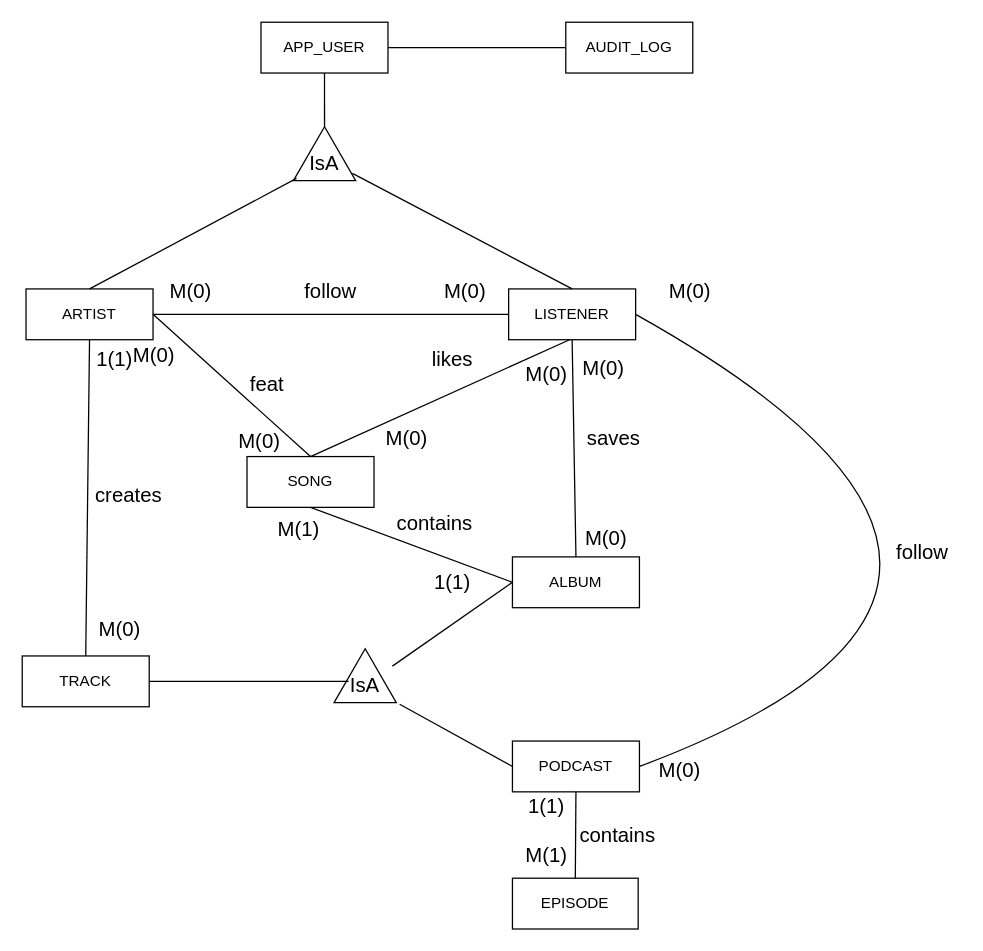
The draw.io diagram page "E/R Diagram" (1 of 2) of Music-App.drawio in Matoka26/Music-App, before the edit. Source tidied: cells renumbered, new cells numbered last; positions are measured from the earlier drawing's top-left corner, leaving out a move shared by most shapes. Both pictures are drawn from the tidied source at 127%, with x=0, y=0 at pixel (22, 22).
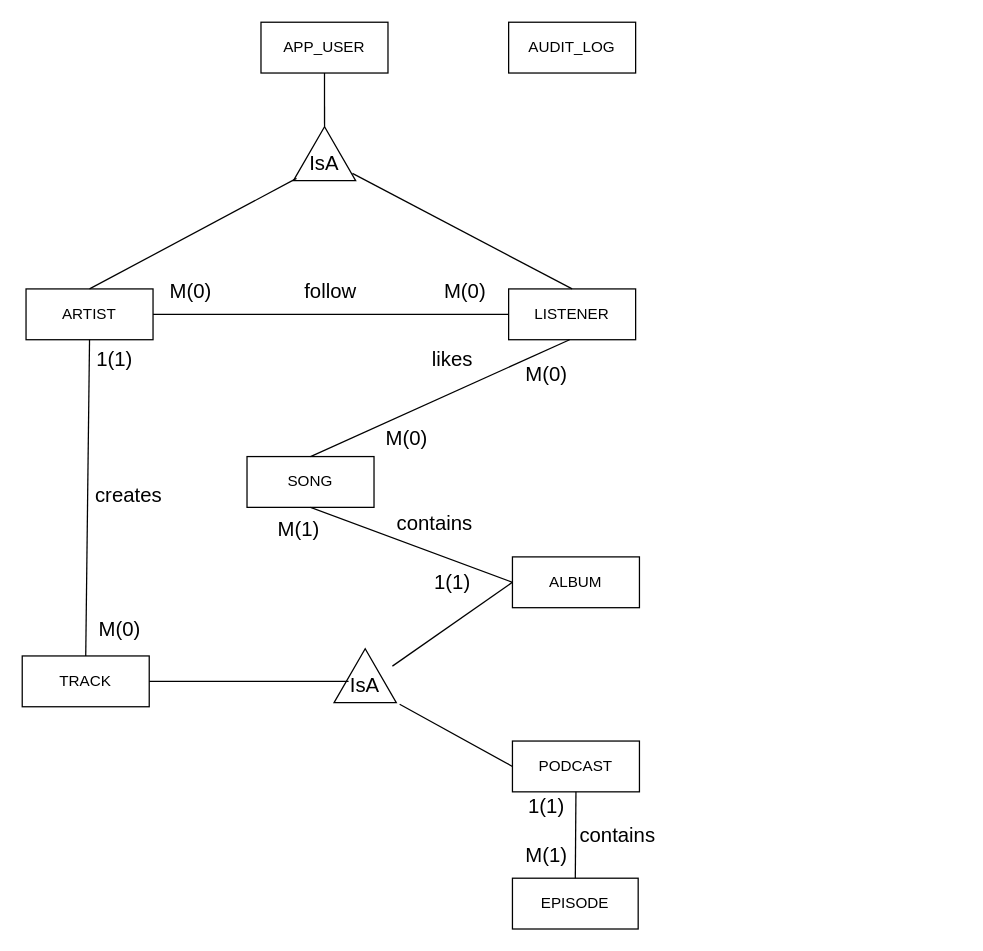
Above is the later version.

The change refers to these unchanged cells:
```xml
<mxCell id="2" value="APP_USER" style="whiteSpace=wrap;html=1;align=center;" parent="1" vertex="1">
  <mxGeometry x="188" width="100" height="40" as="geometry" />
</mxCell>
<mxCell id="7" value="ARTIST" style="whiteSpace=wrap;html=1;align=center;" parent="1" vertex="1">
  <mxGeometry x="3" y="210" width="100" height="40" as="geometry" />
</mxCell>
<mxCell id="11" value="PODCAST" style="whiteSpace=wrap;html=1;align=center;" parent="1" vertex="1">
  <mxGeometry x="386" y="566" width="100" height="40" as="geometry" />
</mxCell>
<mxCell id="12" value="ALBUM" style="whiteSpace=wrap;html=1;align=center;" parent="1" vertex="1">
  <mxGeometry x="386" y="421" width="100" height="40" as="geometry" />
</mxCell>
<mxCell id="13" value="LISTENER" style="whiteSpace=wrap;html=1;align=center;" parent="1" vertex="1">
  <mxGeometry x="383" y="210" width="100" height="40" as="geometry" />
</mxCell>
<mxCell id="22" value="SONG" style="whiteSpace=wrap;html=1;align=center;" parent="1" vertex="1">
  <mxGeometry x="177" y="342" width="100" height="40" as="geometry" />
</mxCell>
```

What changed in the source:
```diff
@@
     <mxCell id="3" value="AUDIT_LOG" style="whiteSpace=wrap;html=1;align=center;" parent="1" vertex="1">
-      <mxGeometry x="428" width="100" height="40" as="geometry" />
+      <mxGeometry x="383" width="100" height="40" as="geometry" />
     </mxCell>
@@
-    <mxCell id="33" value="follow" style="text;html=1;align=center;verticalAlign=middle;whiteSpace=wrap;rounded=0;fontSize=16;" parent="1" vertex="1">
-      <mxGeometry x="679" y="402" width="60" height="30" as="geometry" />
-    </mxCell>
@@
-    <mxCell id="37" style="endArrow=none;html=1;rounded=0;fontSize=12;startSize=8;endSize=8;curved=1;exitX=1;exitY=0.5;exitDx=0;exitDy=0;entryX=1;entryY=0.5;entryDx=0;entryDy=0;" parent="1" edge="1" source="13" target="11">
-      <mxGeometry relative="1" as="geometry">
-        <Array as="points">
-          <mxPoint x="866" y="444" />
-        </Array>
-      </mxGeometry>
-    </mxCell>
@@
-    <mxCell id="39" value="M(0)" style="text;html=1;align=center;verticalAlign=middle;whiteSpace=wrap;rounded=0;fontSize=16;" parent="1" vertex="1">
-      <mxGeometry x="488" y="574" width="60" height="30" as="geometry" />
-    </mxCell>
-    <mxCell id="40" value="M(0)" style="text;html=1;align=center;verticalAlign=middle;whiteSpace=wrap;rounded=0;fontSize=16;" parent="1" vertex="1">
-      <mxGeometry x="496" y="197" width="60" height="30" as="geometry" />
-    </mxCell>
@@
-    <mxCell id="45" style="endArrow=none;html=1;rounded=0;fontSize=12;startSize=8;endSize=8;curved=1;exitX=1;exitY=0.5;exitDx=0;exitDy=0;entryX=0.5;entryY=0;entryDx=0;entryDy=0;" parent="1" edge="1" source="7" target="22">
-      <mxGeometry relative="1" as="geometry" />
-    </mxCell>
-    <mxCell id="46" value="feat" style="text;html=1;align=center;verticalAlign=middle;whiteSpace=wrap;rounded=0;fontSize=16;" parent="1" vertex="1">
-      <mxGeometry x="163" y="270" width="60" height="30" as="geometry" />
-    </mxCell>
-    <mxCell id="47" value="M(0)" style="text;html=1;align=center;verticalAlign=middle;whiteSpace=wrap;rounded=0;fontSize=16;" parent="1" vertex="1">
-      <mxGeometry x="156.8" y="315" width="60" height="30" as="geometry" />
-    </mxCell>
-    <mxCell id="48" value="M(0)" style="text;html=1;align=center;verticalAlign=middle;whiteSpace=wrap;rounded=0;fontSize=16;" parent="1" vertex="1">
-      <mxGeometry x="74" y="247" width="60" height="30" as="geometry" />
-    </mxCell>
-    <mxCell id="49" style="endArrow=none;html=1;rounded=0;fontSize=12;startSize=8;endSize=8;curved=1;exitX=0.5;exitY=0;exitDx=0;exitDy=0;entryX=0.5;entryY=1;entryDx=0;entryDy=0;" parent="1" edge="1" source="12" target="13">
-      <mxGeometry relative="1" as="geometry" />
-    </mxCell>
-    <mxCell id="50" value="saves" style="text;html=1;align=center;verticalAlign=middle;whiteSpace=wrap;rounded=0;fontSize=16;" parent="1" vertex="1">
-      <mxGeometry x="436" y="312" width="60" height="30" as="geometry" />
-    </mxCell>
-    <mxCell id="51" value="M(0)" style="text;html=1;align=center;verticalAlign=middle;whiteSpace=wrap;rounded=0;fontSize=16;" parent="1" vertex="1">
-      <mxGeometry x="430" y="391" width="60" height="30" as="geometry" />
-    </mxCell>
-    <mxCell id="52" value="M(0)" style="text;html=1;align=center;verticalAlign=middle;whiteSpace=wrap;rounded=0;fontSize=16;" parent="1" vertex="1">
-      <mxGeometry x="428" y="257" width="60" height="30" as="geometry" />
-    </mxCell>
-    <mxCell id="53" style="endArrow=none;html=1;rounded=0;fontSize=12;startSize=8;endSize=8;curved=1;exitX=1;exitY=0.5;exitDx=0;exitDy=0;entryX=0;entryY=0.5;entryDx=0;entryDy=0;" parent="1" edge="1" source="2" target="3">
-      <mxGeometry relative="1" as="geometry" />
-    </mxCell>
```
